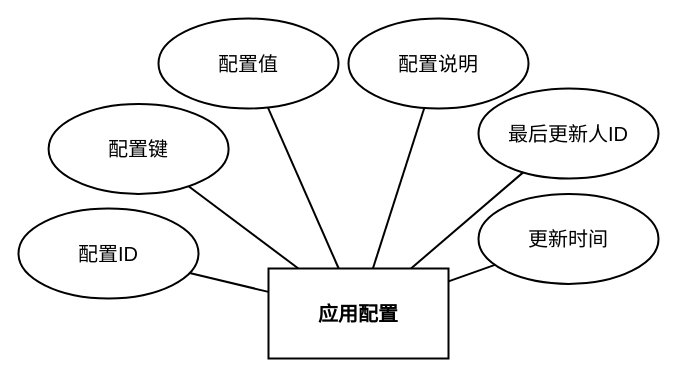
Above: DOCS/architecture-diagrams/sources/实体图/app_settings/app_settings_entity.drawio in 612cs/TrailQuest (draw.io), before the change. Source tidied: cells renumbered, new cells numbered last; positions are measured from the earlier drawing's top-left corner, leaving out a move shared by most shapes. Both pictures are drawn from the tidied source at 100%, with x=0, y=0 at pixel (18, 18).
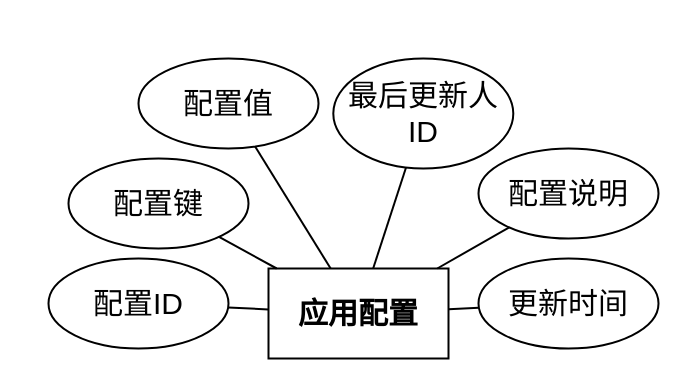
The same page after the edit.

The edit, as a diff of the source:
```diff
@@
 <mxGraphModel>
   <root>
     <mxCell id="0" />
     <mxCell id="1" parent="0" />
-    <mxCell id="2" value="应用配置" style="rounded=0;whiteSpace=wrap;html=1;fillColor=none;strokeColor=#000000;fontColor=#000000;fontFamily=Arial;fontSize=20;fontStyle=1;align=center;verticalAlign=middle;strokeWidth=2;gradientColor=none;shadow=0;glass=0;" parent="1" vertex="1">
+    <mxCell id="2" value="应用配置" style="rounded=0;whiteSpace=wrap;html=1;fillColor=none;strokeColor=#000000;fontColor=#000000;fontFamily=Arial;fontSize=30;fontStyle=1;align=center;verticalAlign=middle;strokeWidth=2;gradientColor=none;shadow=0;glass=0;" parent="1" vertex="1">
       <mxGeometry x="250" y="250" width="180" height="90" as="geometry" />
     </mxCell>
-    <mxCell id="3" value="配置ID" style="ellipse;whiteSpace=wrap;html=1;fillColor=none;strokeColor=#000000;fontColor=#000000;fontFamily=Arial;fontSize=20;align=center;verticalAlign=middle;strokeWidth=2;gradientColor=none;shadow=0;glass=0;" parent="1" vertex="1">
-      <mxGeometry y="190" width="180" height="90" as="geometry" />
+    <mxCell id="3" value="配置ID" style="ellipse;whiteSpace=wrap;html=1;fillColor=none;strokeColor=#000000;fontColor=#000000;fontFamily=Arial;fontSize=30;align=center;verticalAlign=middle;strokeWidth=2;gradientColor=none;shadow=0;glass=0;" parent="1" vertex="1">
+      <mxGeometry x="30" y="240" width="180" height="90" as="geometry" />
     </mxCell>
-    <mxCell id="4" value="配置键" style="ellipse;whiteSpace=wrap;html=1;fillColor=none;strokeColor=#000000;fontColor=#000000;fontFamily=Arial;fontSize=20;align=center;verticalAlign=middle;strokeWidth=2;gradientColor=none;shadow=0;glass=0;" parent="1" vertex="1">
-      <mxGeometry x="30.1" y="85.4" width="180" height="90" as="geometry" />
+    <mxCell id="4" value="配置键" style="ellipse;whiteSpace=wrap;html=1;fillColor=none;strokeColor=#000000;fontColor=#000000;fontFamily=Arial;fontSize=30;align=center;verticalAlign=middle;strokeWidth=2;gradientColor=none;shadow=0;glass=0;" parent="1" vertex="1">
+      <mxGeometry x="50" y="140" width="180" height="90" as="geometry" />
     </mxCell>
-    <mxCell id="5" value="配置值" style="ellipse;whiteSpace=wrap;html=1;fillColor=none;strokeColor=#000000;fontColor=#000000;fontFamily=Arial;fontSize=20;align=center;verticalAlign=middle;strokeWidth=2;gradientColor=none;shadow=0;glass=0;" parent="1" vertex="1">
-      <mxGeometry x="140" width="180" height="90" as="geometry" />
+    <mxCell id="5" value="配置值" style="ellipse;whiteSpace=wrap;html=1;fillColor=none;strokeColor=#000000;fontColor=#000000;fontFamily=Arial;fontSize=30;align=center;verticalAlign=middle;strokeWidth=2;gradientColor=none;shadow=0;glass=0;" parent="1" vertex="1">
+      <mxGeometry x="120" y="40" width="180" height="90" as="geometry" />
     </mxCell>
-    <mxCell id="6" value="配置说明" style="ellipse;whiteSpace=wrap;html=1;fillColor=none;strokeColor=#000000;fontColor=#000000;fontFamily=Arial;fontSize=20;align=center;verticalAlign=middle;strokeWidth=2;gradientColor=none;shadow=0;glass=0;" parent="1" vertex="1">
-      <mxGeometry x="330" width="180" height="90" as="geometry" />
+    <mxCell id="6" value="配置说明" style="ellipse;whiteSpace=wrap;html=1;fillColor=none;strokeColor=#000000;fontColor=#000000;fontFamily=Arial;fontSize=30;align=center;verticalAlign=middle;strokeWidth=2;gradientColor=none;shadow=0;glass=0;" parent="1" vertex="1">
+      <mxGeometry x="460" y="130" width="180" height="90" as="geometry" />
     </mxCell>
-    <mxCell id="7" value="最后更新人ID" style="ellipse;whiteSpace=wrap;html=1;fillColor=none;strokeColor=#000000;fontColor=#000000;fontFamily=Arial;fontSize=20;align=center;verticalAlign=middle;strokeWidth=2;gradientColor=none;shadow=0;glass=0;" parent="1" vertex="1">
-      <mxGeometry x="460" y="70" width="180" height="90" as="geometry" />
+    <mxCell id="7" value="最后更新人ID" style="ellipse;whiteSpace=wrap;html=1;fillColor=none;strokeColor=#000000;fontColor=#000000;fontFamily=Arial;fontSize=30;align=center;verticalAlign=middle;strokeWidth=2;gradientColor=none;shadow=0;glass=0;" parent="1" vertex="1">
+      <mxGeometry x="314.8" y="40" width="180" height="110" as="geometry" />
     </mxCell>
-    <mxCell id="8" value="更新时间" style="ellipse;whiteSpace=wrap;html=1;fillColor=none;strokeColor=#000000;fontColor=#000000;fontFamily=Arial;fontSize=20;align=center;verticalAlign=middle;strokeWidth=2;gradientColor=none;shadow=0;glass=0;" parent="1" vertex="1">
-      <mxGeometry x="460" y="175.4" width="180" height="90" as="geometry" />
+    <mxCell id="8" value="更新时间" style="ellipse;whiteSpace=wrap;html=1;fillColor=none;strokeColor=#000000;fontColor=#000000;fontFamily=Arial;fontSize=30;align=center;verticalAlign=middle;strokeWidth=2;gradientColor=none;shadow=0;glass=0;" parent="1" vertex="1">
+      <mxGeometry x="460" y="240" width="180" height="90" as="geometry" />
     </mxCell>
-    <mxCell id="9" style="endArrow=none;html=1;rounded=0;strokeColor=#000000;strokeWidth=2;" parent="1" edge="1" source="2" target="3">
+    <mxCell id="9" style="endArrow=none;html=1;rounded=0;strokeColor=#000000;strokeWidth=2;fontSize=30;" parent="1" edge="1" source="2" target="3">
       <mxGeometry relative="1" as="geometry" />
     </mxCell>
-    <mxCell id="10" style="endArrow=none;html=1;rounded=0;strokeColor=#000000;strokeWidth=2;" parent="1" edge="1" source="2" target="4">
+    <mxCell id="10" style="endArrow=none;html=1;rounded=0;strokeColor=#000000;strokeWidth=2;fontSize=30;" parent="1" edge="1" source="2" target="4">
       <mxGeometry relative="1" as="geometry" />
     </mxCell>
-    <mxCell id="11" style="endArrow=none;html=1;rounded=0;strokeColor=#000000;strokeWidth=2;" parent="1" edge="1" source="2" target="5">
+    <mxCell id="11" style="endArrow=none;html=1;rounded=0;strokeColor=#000000;strokeWidth=2;fontSize=30;" parent="1" edge="1" source="2" target="5">
       <mxGeometry relative="1" as="geometry" />
     </mxCell>
-    <mxCell id="12" style="endArrow=none;html=1;rounded=0;strokeColor=#000000;strokeWidth=2;" parent="1" edge="1" source="2" target="6">
+    <mxCell id="12" style="endArrow=none;html=1;rounded=0;strokeColor=#000000;strokeWidth=2;fontSize=30;" parent="1" edge="1" source="2" target="6">
       <mxGeometry relative="1" as="geometry" />
     </mxCell>
-    <mxCell id="13" style="endArrow=none;html=1;rounded=0;strokeColor=#000000;strokeWidth=2;" parent="1" edge="1" source="2" target="7">
+    <mxCell id="13" style="endArrow=none;html=1;rounded=0;strokeColor=#000000;strokeWidth=2;fontSize=30;" parent="1" edge="1" source="2" target="7">
       <mxGeometry relative="1" as="geometry" />
     </mxCell>
-    <mxCell id="14" style="endArrow=none;html=1;rounded=0;strokeColor=#000000;strokeWidth=2;" parent="1" edge="1" source="2" target="8">
+    <mxCell id="14" style="endArrow=none;html=1;rounded=0;strokeColor=#000000;strokeWidth=2;fontSize=30;" parent="1" edge="1" source="2" target="8">
       <mxGeometry relative="1" as="geometry" />
     </mxCell>
   </root>
 </mxGraphModel>
```
